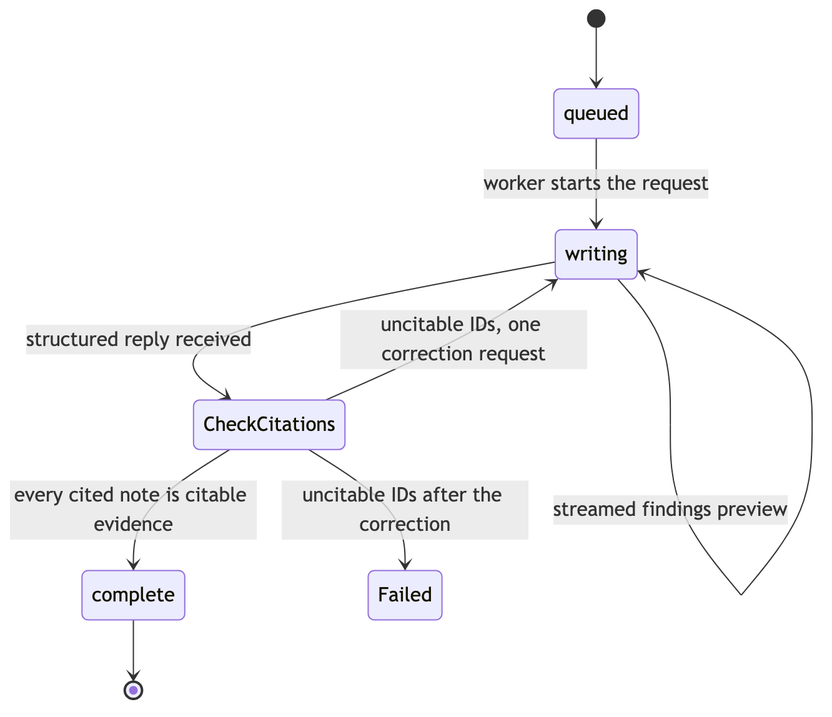
The Mermaid diagram docs/diagrams/png/agent-summary-batch.png in evolvingstuff/MetaList, before a commit. Its source is kept beside it as docs/diagrams/agent-summary-batch.mmd.
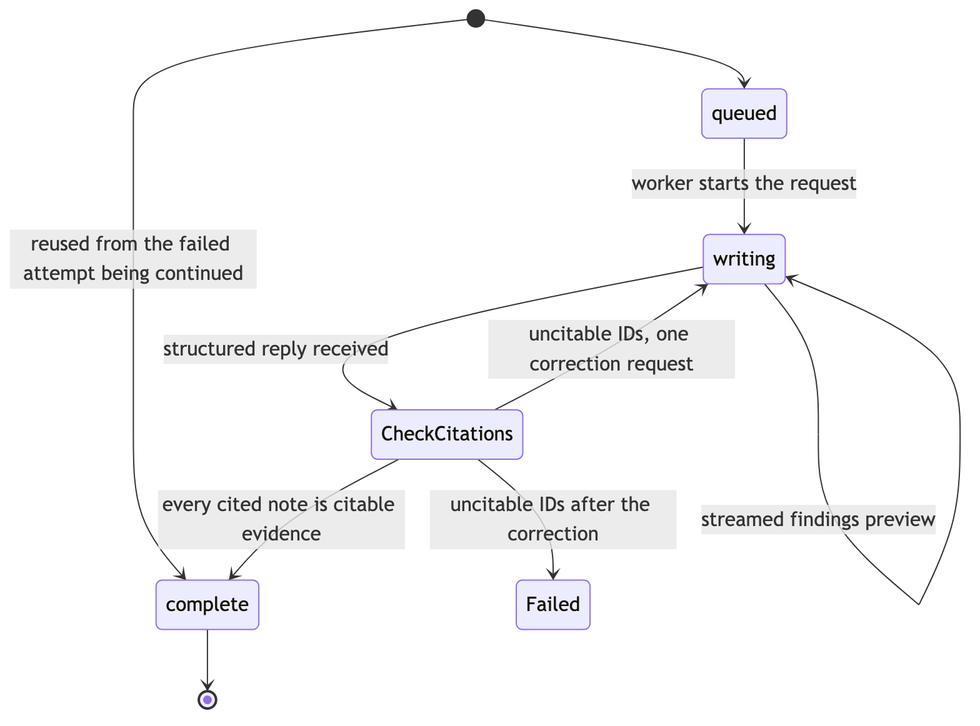
The same file after the commit.

What changed in the source:
```diff
@@ -1,5 +1,6 @@
 stateDiagram-v2
     [*] --> queued
+    [*] --> complete : reused from the failed attempt being continued
     queued --> writing : worker starts the request
     writing --> writing : streamed findings preview
     writing --> CheckCitations : structured reply received
```
